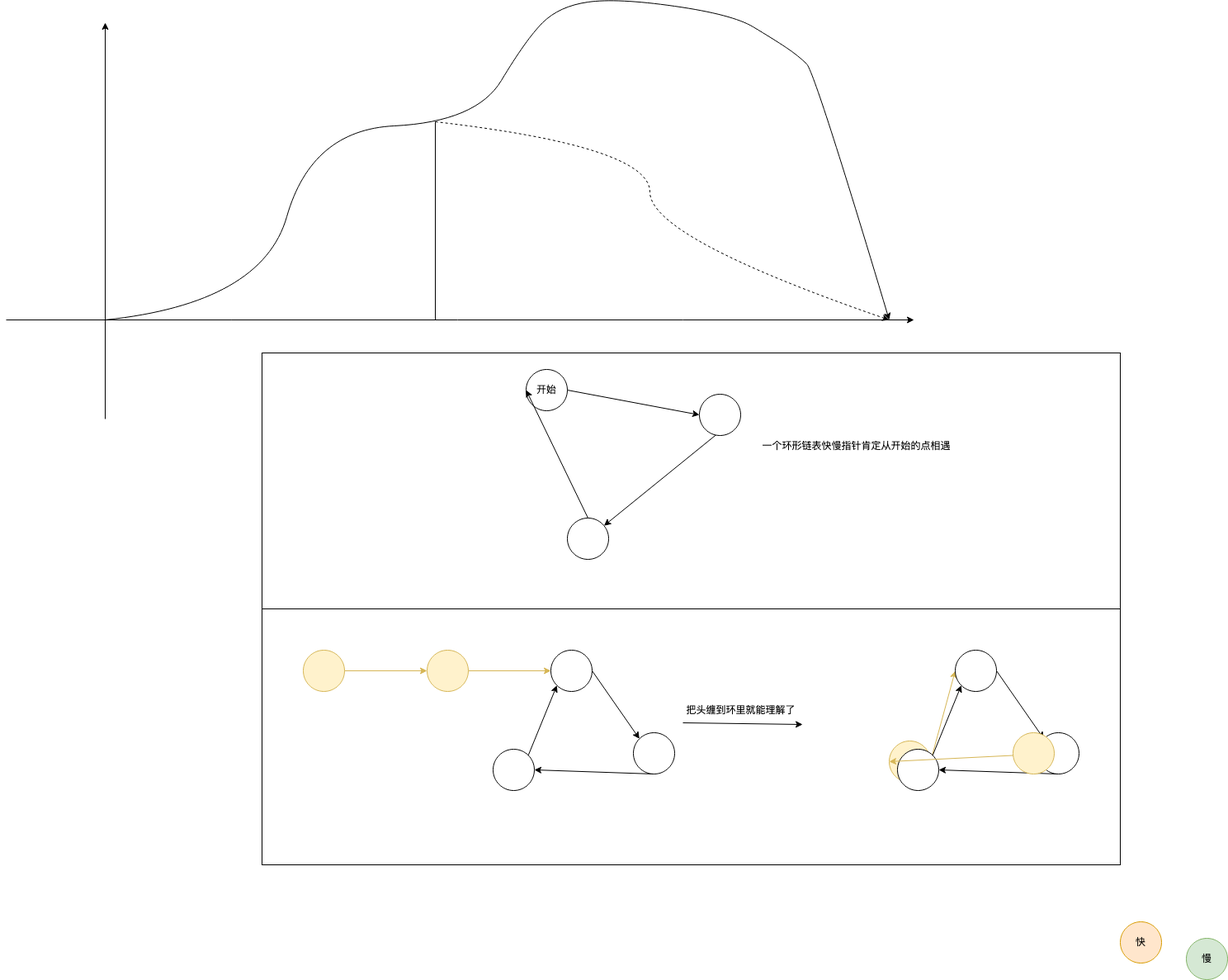
Above: 未命名绘图.drawio.png in jw-hub/test (draw.io), before the change. Source tidied: cells renumbered, new cells last; positions are measured from the earlier drawing's top-left corner, leaving out a move shared by most shapes.
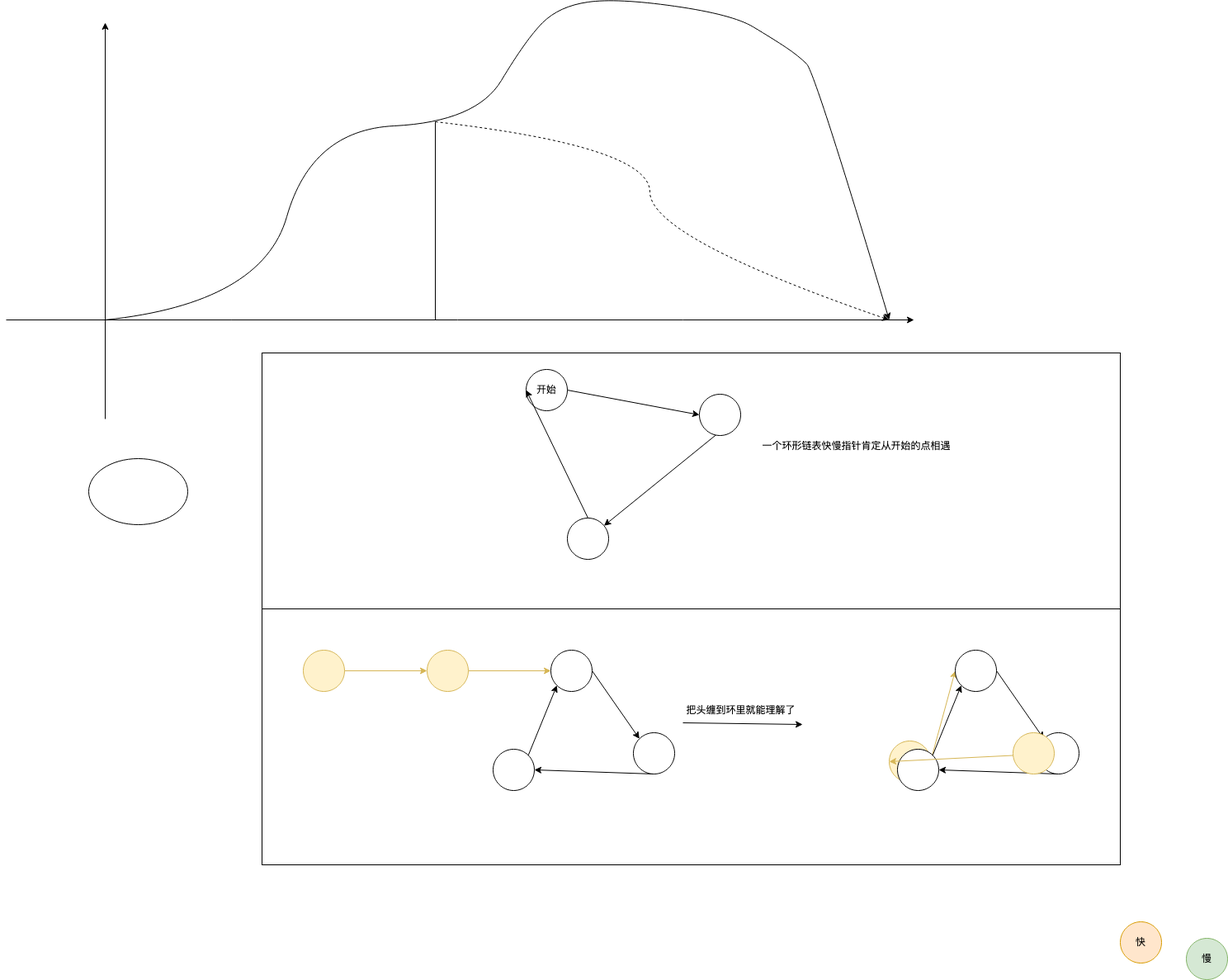
The same file after the commit.

Commit message:
更新未命名绘图.drawio.png

What changed in the source:
```diff
@@ -149,5 +149,8 @@
         <mxPoint x="820" y="878" as="sourcePoint" />
       </mxGeometry>
     </mxCell>
+    <mxCell id="40" style="ellipse;whiteSpace=wrap;html=1;" parent="1" vertex="1">
+      <mxGeometry x="100" y="558" width="120" height="80" as="geometry" />
+    </mxCell>
   </root>
 </mxGraphModel>
```
